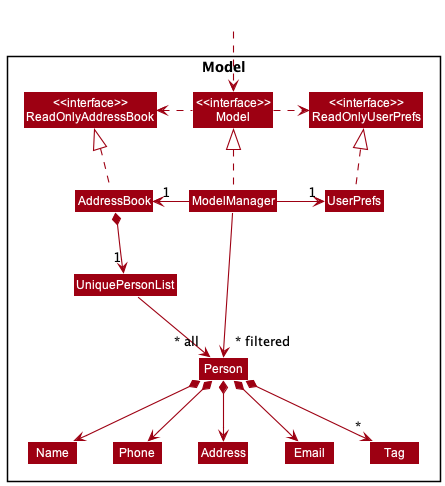
The PlantUML diagram docs/images/ModelClassDiagram.png in se-edu/addressbook-level3, before a commit.
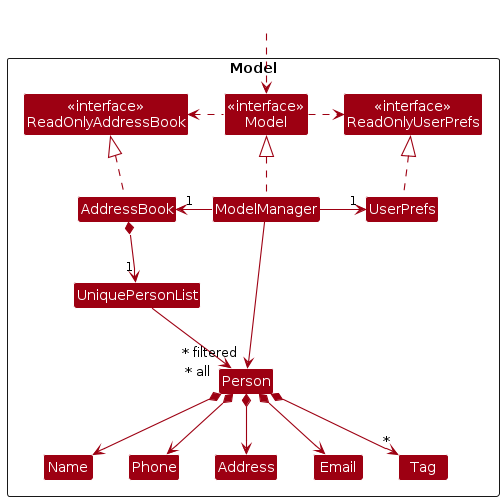
Above is the later version.

Change to the diagram source:
```diff
@@ -4,7 +4,7 @@
 skinparam arrowColor MODEL_COLOR
 skinparam classBackgroundColor MODEL_COLOR
 
-Package Model <<Rectangle>>{
+Package Model as ModelPackage <<Rectangle>>{
 Class "<<interface>>\nReadOnlyAddressBook" as ReadOnlyAddressBook
 Class "<<interface>>\nReadOnlyUserPrefs" as ReadOnlyUserPrefs
 Class "<<interface>>\nModel" as Model
```
